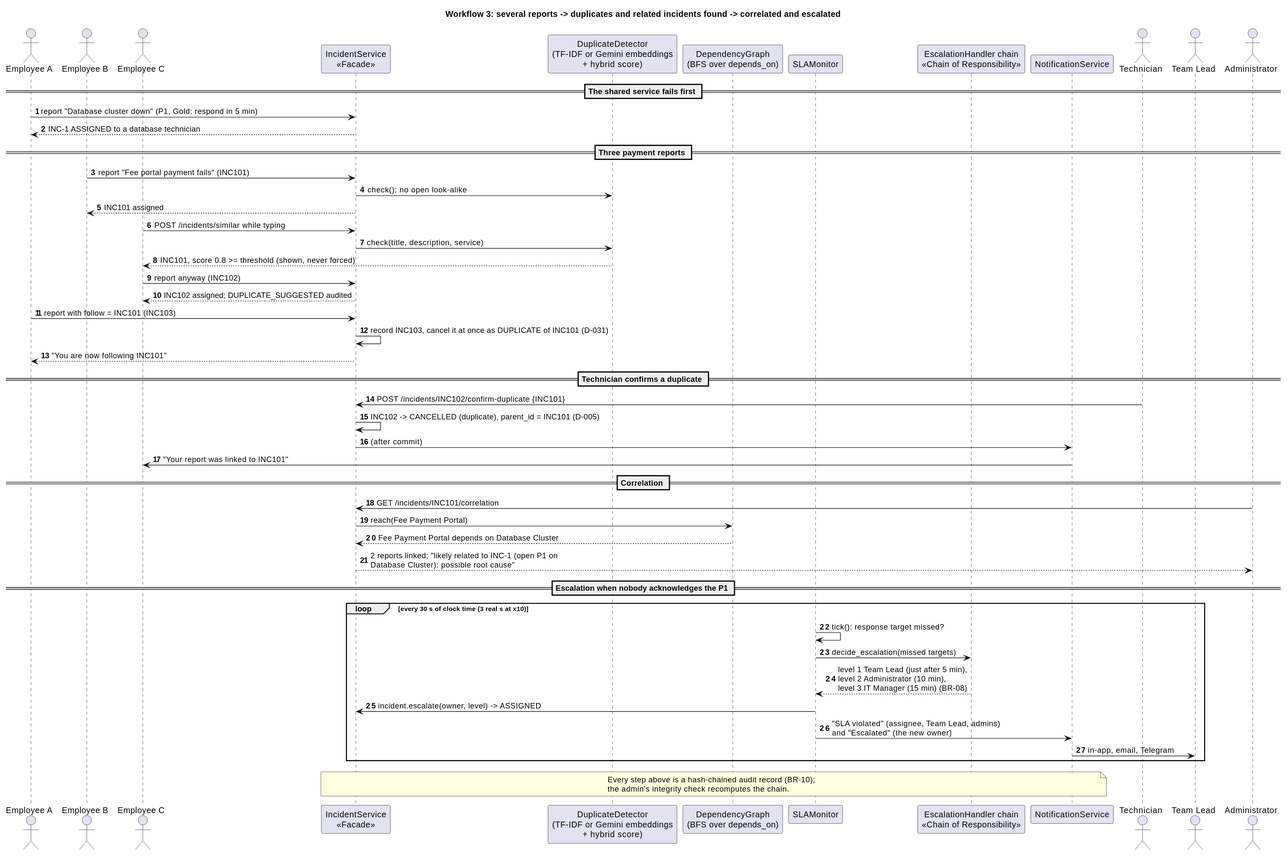
Earlier version of the PlantUML export docs/diagrams/sequence-wf3.svg (Siddhant944/i-itsm).
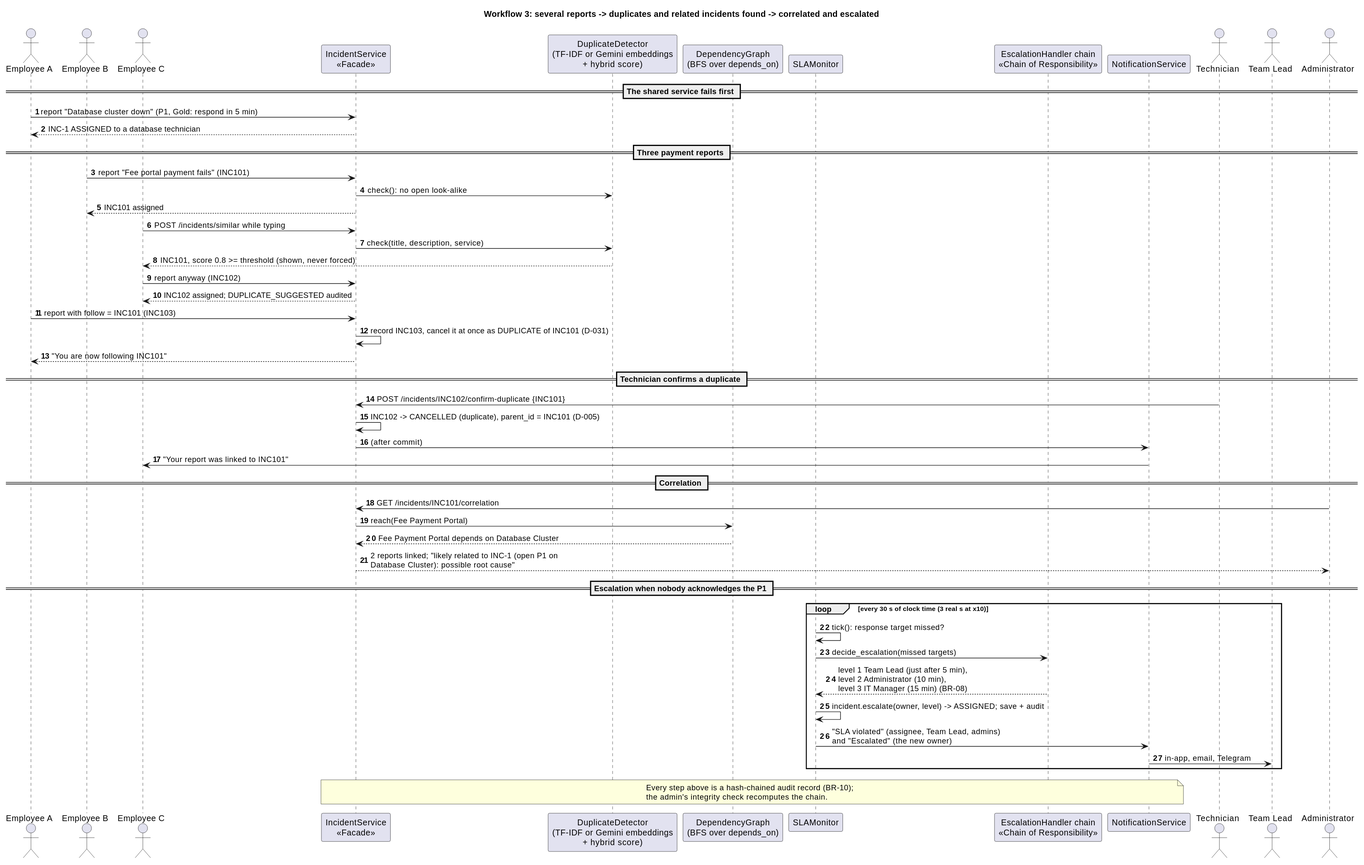
Later version of the same file.

Diff of the diagram source:
```diff
@@ -52,7 +52,7 @@
   MON -> MON : tick(): response target missed?
   MON -> CHAIN : decide_escalation(missed targets)
   CHAIN --> MON : level 1 Team Lead (just after 5 min),\nlevel 2 Administrator (10 min),\nlevel 3 IT Manager (15 min) (BR-08)
-  MON -> SVC : incident.escalate(owner, level) -> ASSIGNED
+  MON -> MON : incident.escalate(owner, level) -> ASSIGNED; save + audit
   MON -> NOTIF : "SLA violated" (assignee, Team Lead, admins)\nand "Escalated" (the new owner)
   NOTIF -> LEAD : in-app, email, Telegram
 end
```
